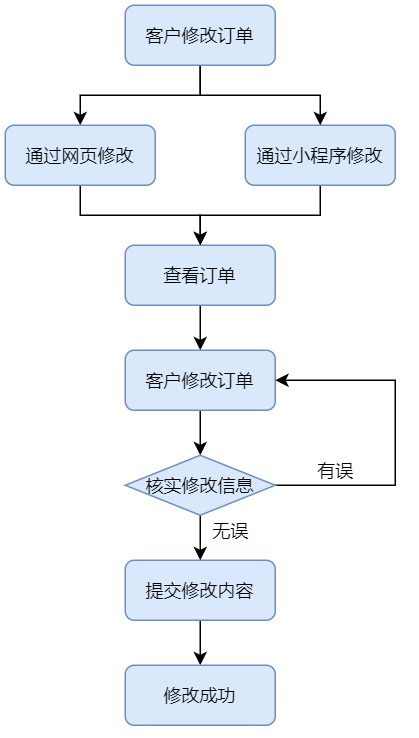
The draw.io diagram docs/src/客户修改订单.png in AndSonder/smart-hotel-database, before a commit. Source tidied: cells renumbered, new cells last; positions are measured from the earlier drawing's top-left corner, leaving out a move shared by most shapes.
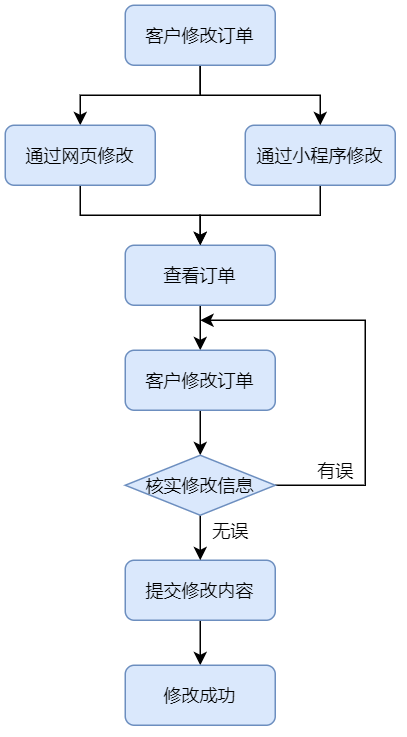
After the commit.

Change to the diagram source:
```diff
@@ -38,14 +38,14 @@
     <mxCell id="13" style="edgeStyle=orthogonalEdgeStyle;rounded=0;jettySize=auto;html=1;exitX=0.5;exitY=1;exitDx=0;exitDy=0;entryX=0.5;entryY=0;entryDx=0;entryDy=0;" parent="1" edge="1" source="15" target="12">
       <mxGeometry relative="1" as="geometry" />
     </mxCell>
-    <mxCell id="14" style="edgeStyle=orthogonalEdgeStyle;rounded=0;jettySize=auto;html=1;exitX=1;exitY=0.5;exitDx=0;exitDy=0;entryX=1;entryY=0.5;entryDx=0;entryDy=0;" parent="1" edge="1" source="15" target="7">
-      <mxGeometry relative="1" as="geometry">
-        <Array as="points">
-          <mxPoint x="260" y="320" />
-          <mxPoint x="260" y="250" />
-        </Array>
-      </mxGeometry>
-    </mxCell>
+    <mxCell id="21" style="edgeStyle=elbowEdgeStyle;rounded=0;jettySize=auto;html=1;exitX=1;exitY=0.5;exitDx=0;exitDy=0;entryX=1;entryY=0.5;entryDx=0;entryDy=0;shadow=0;strokeWidth=1;" parent="1" edge="1" source="15">
+      <mxGeometry relative="1" as="geometry">
+        <mxPoint x="130" y="210" as="targetPoint" />
+        <Array as="points">
+          <mxPoint x="240" y="280" />
+        </Array>
+      </mxGeometry>
+    </mxCell>
     <mxCell id="15" value="核实修改信息" style="rhombus;whiteSpace=wrap;html=1;fillColor=#dae8fc;strokeColor=#6c8ebf;" parent="1" vertex="1">
       <mxGeometry x="80" y="300" width="100" height="40" as="geometry" />
     </mxCell>
```
